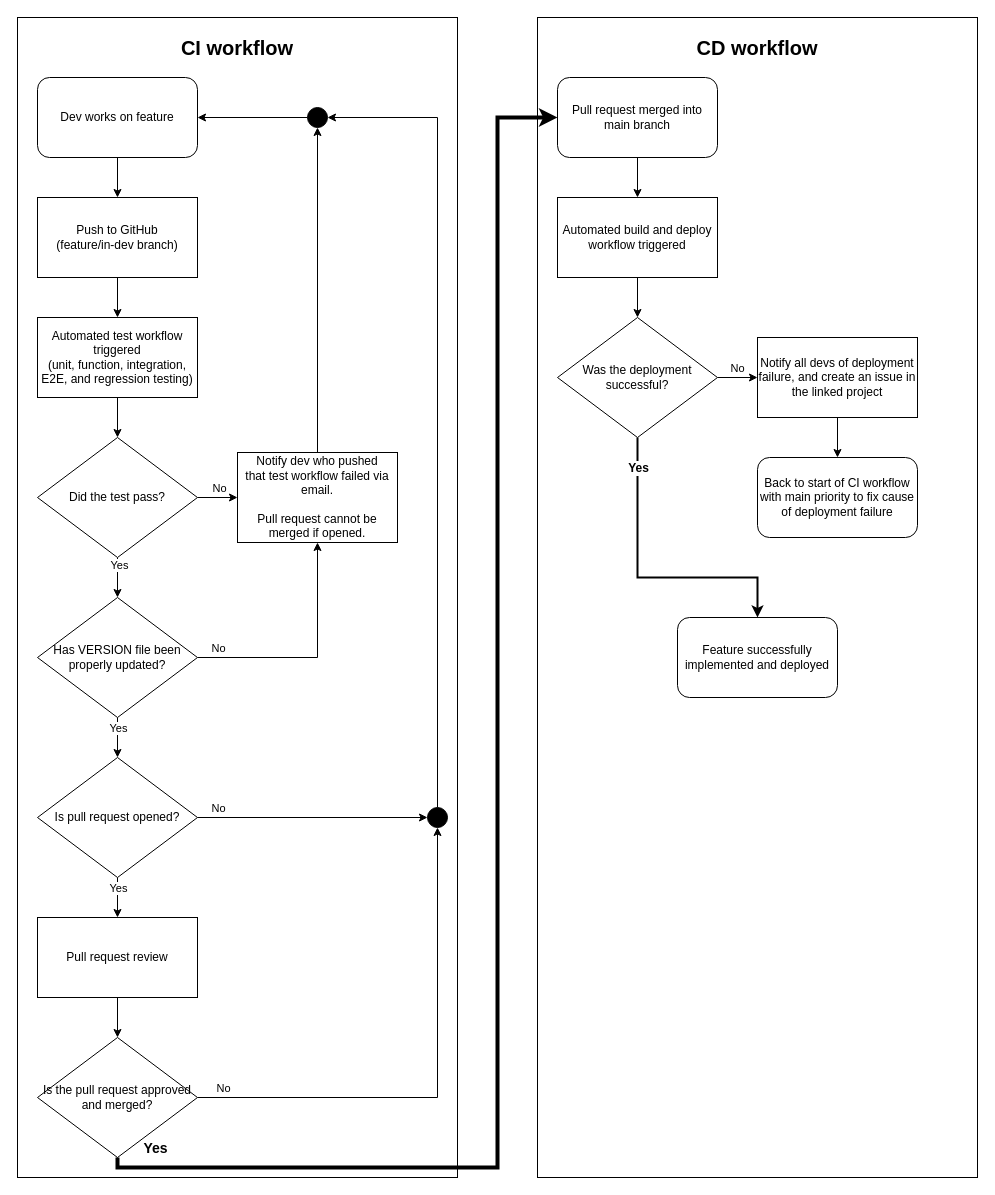
The draw.io diagram docs/cicd_pipeline_workflow.drawio in mpomahac25/North-star-app, before the edit. Source tidied: cells renumbered, new cells numbered last; positions are measured from the earlier drawing's top-left corner, leaving out a move shared by most shapes. Both pictures are drawn from the tidied source at 100%, with x=0, y=0 at pixel (17, 17).
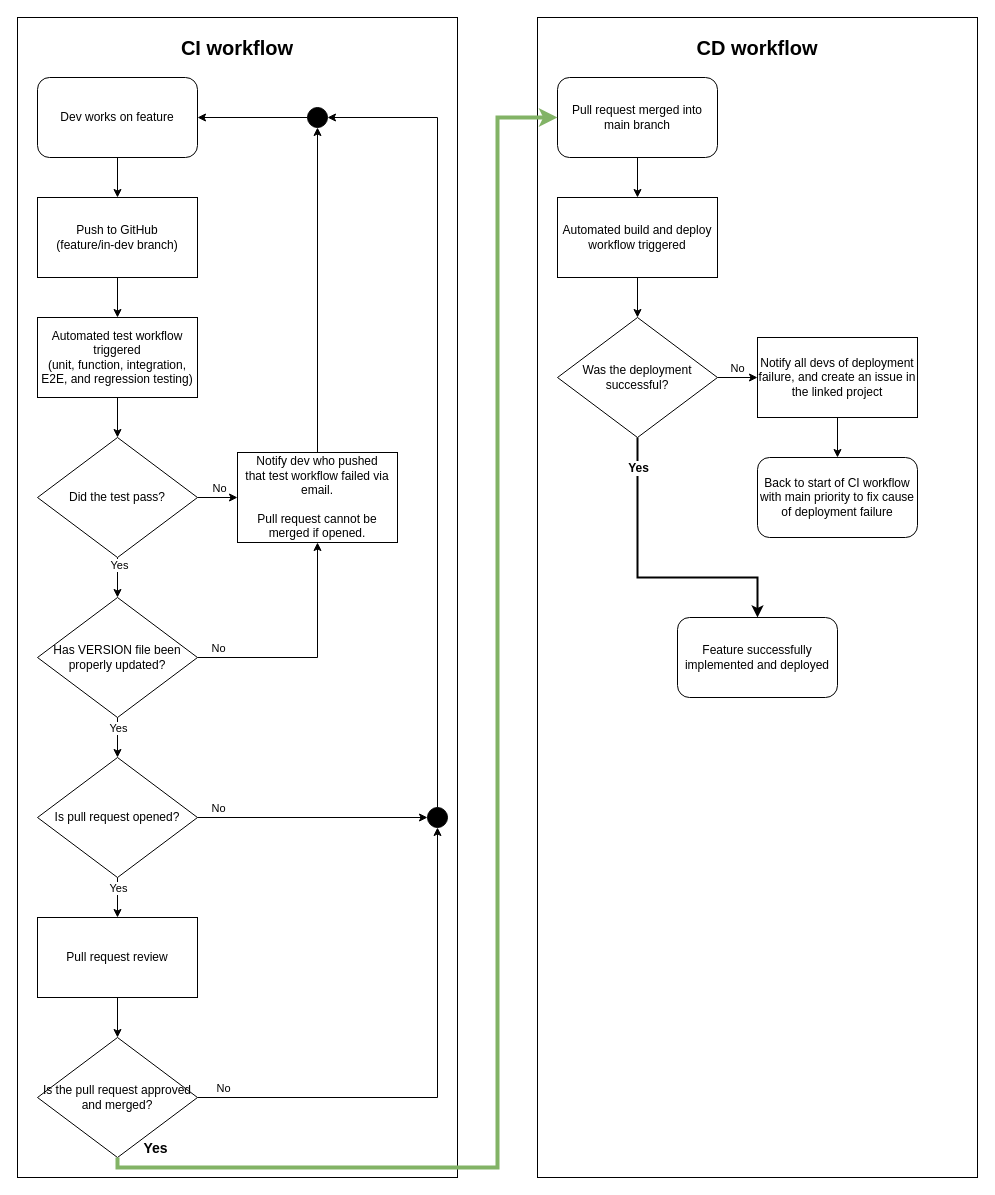
Above is the later version.

The change refers to these unchanged cells:
```xml
<mxCell id="30" value="Is the pull request approved and merged?" style="rhombus;whiteSpace=wrap;html=1;shapeInside=1;" parent="1" vertex="1">
  <mxGeometry x="20" y="1020" width="160" height="120" as="geometry" />
</mxCell>
<mxCell id="39" value="Pull request merged into main branch" style="rounded=1;whiteSpace=wrap;html=1;roundedPerimeter=1;" parent="1" vertex="1">
  <mxGeometry x="540" y="60" width="160" height="80" as="geometry" />
</mxCell>
```

The edit, as a diff of the source:
```diff
@@
-    <mxCell id="50" style="edgeStyle=orthogonalEdgeStyle;rounded=0;jettySize=auto;html=1;exitX=0.5;exitY=1;exitDx=0;exitDy=0;entryX=0;entryY=0.5;entryDx=0;entryDy=0;defaultLabelBackgroundColor=page;strokeWidth=4;" parent="1" edge="1" source="30" target="39">
+    <mxCell id="50" style="edgeStyle=orthogonalEdgeStyle;rounded=0;jettySize=auto;html=1;exitX=0.5;exitY=1;exitDx=0;exitDy=0;entryX=0;entryY=0.5;entryDx=0;entryDy=0;defaultLabelBackgroundColor=page;strokeWidth=4;fillColor=#d5e8d4;strokeColor=#82b366;" parent="1" edge="1" source="30" target="39">
       <mxGeometry x="-0.01" relative="1" as="geometry">
         <Array as="points">
           <mxPoint x="100" y="1150" />
           <mxPoint x="480" y="1150" />
           <mxPoint x="480" y="100" />
         </Array>
       </mxGeometry>
     </mxCell>
```
